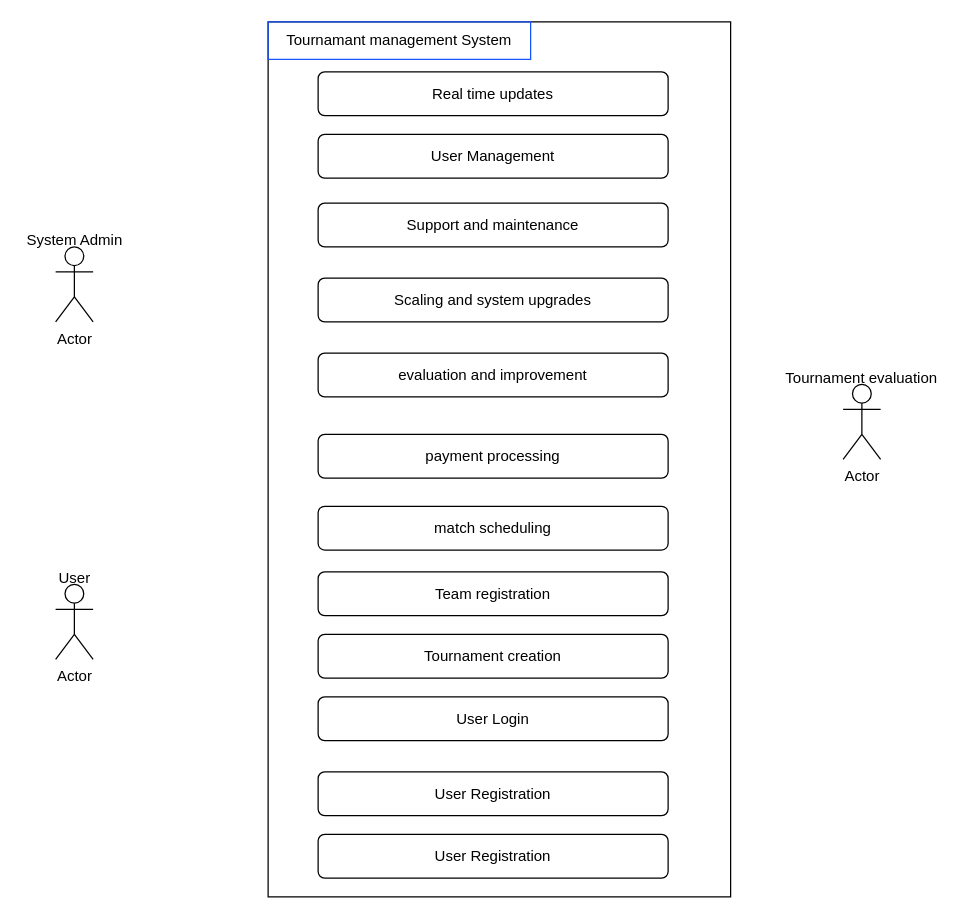
The draw.io diagram Untitled Diagram.drawio in xPushpeshx/Todo_project, before the edit. Source tidied: cells renumbered, new cells numbered last; positions are measured from the earlier drawing's top-left corner, leaving out a move shared by most shapes. Both pictures are drawn from the tidied source at 125%, with x=0, y=0 at pixel (20, 21).
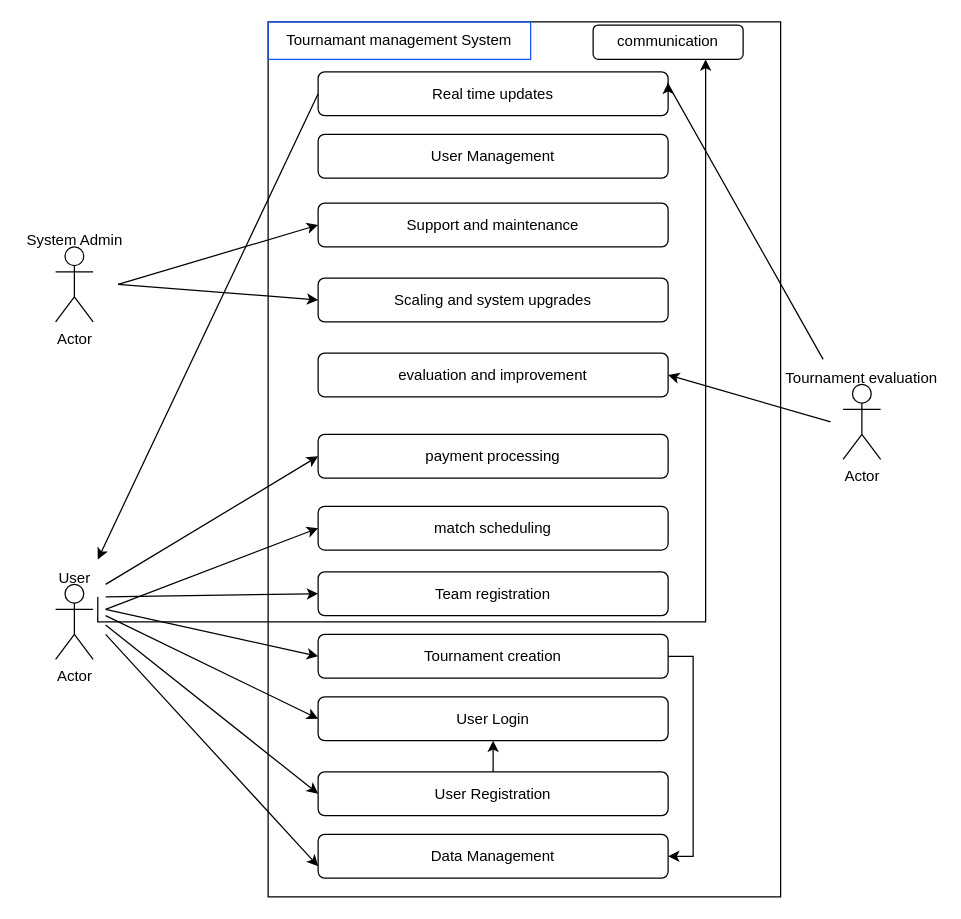
Above is the later version.

Unchanged cells that the change refers to:
```xml
<mxCell id="8" value="User" style="text;html=1;strokeColor=none;fillColor=none;align=center;verticalAlign=middle;whiteSpace=wrap;rounded=0;" parent="1" vertex="1">
  <mxGeometry x="5.5" y="430" width="75" height="30" as="geometry" />
</mxCell>
<mxCell id="9" value="Tournament evaluation" style="text;html=1;strokeColor=none;fillColor=none;align=center;verticalAlign=middle;whiteSpace=wrap;rounded=0;" parent="1" vertex="1">
  <mxGeometry x="611" y="270" width="124" height="30" as="geometry" />
</mxCell>
<mxCell id="10" value="Support and maintenance" style="rounded=1;whiteSpace=wrap;html=1;" parent="1" vertex="1">
  <mxGeometry x="238" y="145" width="280" height="35" as="geometry" />
</mxCell>
<mxCell id="11" value="Scaling and system upgrades" style="rounded=1;whiteSpace=wrap;html=1;" parent="1" vertex="1">
  <mxGeometry x="238" y="205" width="280" height="35" as="geometry" />
</mxCell>
<mxCell id="12" value="evaluation and improvement" style="rounded=1;whiteSpace=wrap;html=1;" parent="1" vertex="1">
  <mxGeometry x="238" y="265" width="280" height="35" as="geometry" />
</mxCell>
<mxCell id="13" value="payment processing" style="rounded=1;whiteSpace=wrap;html=1;" parent="1" vertex="1">
  <mxGeometry x="238" y="330" width="280" height="35" as="geometry" />
</mxCell>
<mxCell id="14" value="match scheduling" style="rounded=1;whiteSpace=wrap;html=1;" parent="1" vertex="1">
  <mxGeometry x="238" y="387.5" width="280" height="35" as="geometry" />
</mxCell>
<mxCell id="15" value="Team registration" style="rounded=1;whiteSpace=wrap;html=1;" parent="1" vertex="1">
  <mxGeometry x="238" y="440" width="280" height="35" as="geometry" />
</mxCell>
<mxCell id="16" value="Tournament creation" style="rounded=1;whiteSpace=wrap;html=1;" parent="1" vertex="1">
  <mxGeometry x="238" y="490" width="280" height="35" as="geometry" />
</mxCell>
<mxCell id="17" value="User Login" style="rounded=1;whiteSpace=wrap;html=1;" parent="1" vertex="1">
  <mxGeometry x="238" y="540" width="280" height="35" as="geometry" />
</mxCell>
<mxCell id="18" value="User Registration" style="rounded=1;whiteSpace=wrap;html=1;" parent="1" vertex="1">
  <mxGeometry x="238" y="600" width="280" height="35" as="geometry" />
</mxCell>
<mxCell id="19" value="Real time updates" style="rounded=1;whiteSpace=wrap;html=1;" parent="1" vertex="1">
  <mxGeometry x="238" y="40" width="280" height="35" as="geometry" />
</mxCell>
```

Change to the diagram source:
```diff
@@
     <mxCell id="2" style="rounded=0;whiteSpace=wrap;html=1;" parent="1" vertex="1">
-      <mxGeometry x="198" width="370" height="700" as="geometry" />
+      <mxGeometry x="198" width="410" height="700" as="geometry" />
     </mxCell>
@@
+    <mxCell id="22" style="edgeStyle=orthogonalEdgeStyle;rounded=0;jettySize=auto;html=1;exitX=0.75;exitY=1;exitDx=0;exitDy=0;entryX=0.75;entryY=1;entryDx=0;entryDy=0;" parent="1" edge="1" source="8" target="38">
+      <mxGeometry relative="1" as="geometry" />
+    </mxCell>
@@
+    <mxCell id="23" style="edgeStyle=orthogonalEdgeStyle;rounded=0;jettySize=auto;html=1;exitX=1;exitY=0.5;exitDx=0;exitDy=0;entryX=1;entryY=0.5;entryDx=0;entryDy=0;" parent="1" edge="1" source="16" target="21">
+      <mxGeometry relative="1" as="geometry" />
+    </mxCell>
@@
+    <mxCell id="24" style="edgeStyle=orthogonalEdgeStyle;rounded=0;jettySize=auto;html=1;exitX=0.5;exitY=0;exitDx=0;exitDy=0;entryX=0.5;entryY=1;entryDx=0;entryDy=0;" parent="1" edge="1" source="18" target="17">
+      <mxGeometry relative="1" as="geometry" />
+    </mxCell>
@@
+    <mxCell id="25" style="edgeStyle=orthogonalEdgeStyle;rounded=0;jettySize=auto;html=1;exitX=0;exitY=0.75;exitDx=0;exitDy=0;" parent="1" edge="1" source="19">
+      <mxGeometry relative="1" as="geometry">
+        <mxPoint x="238" y="66" as="targetPoint" />
+      </mxGeometry>
+    </mxCell>
@@
-    <mxCell id="21" value="User Registration" style="rounded=1;whiteSpace=wrap;html=1;" parent="1" vertex="1">
+    <mxCell id="21" value="Data Management" style="rounded=1;whiteSpace=wrap;html=1;" parent="1" vertex="1">
       <mxGeometry x="238" y="650" width="280" height="35" as="geometry" />
     </mxCell>
+    <mxCell id="26" style="endArrow=classic;html=1;rounded=0;entryX=0;entryY=0.5;entryDx=0;entryDy=0;" parent="1" edge="1" target="11">
+      <mxGeometry relative="1" as="geometry">
+        <mxPoint x="78" y="210" as="sourcePoint" />
+        <Array as="points">
+          <mxPoint x="78" y="210" />
+        </Array>
+      </mxGeometry>
+    </mxCell>
+    <mxCell id="27" style="endArrow=classic;html=1;rounded=0;entryX=0;entryY=0.5;entryDx=0;entryDy=0;" parent="1" edge="1" target="10">
+      <mxGeometry relative="1" as="geometry">
+        <mxPoint x="78" y="210" as="sourcePoint" />
+      </mxGeometry>
+    </mxCell>
+    <mxCell id="28" style="endArrow=classic;html=1;rounded=0;entryX=1;entryY=0.5;entryDx=0;entryDy=0;" parent="1" edge="1" target="12">
+      <mxGeometry relative="1" as="geometry">
+        <mxPoint x="648" y="320" as="sourcePoint" />
+      </mxGeometry>
+    </mxCell>
+    <mxCell id="29" style="endArrow=classic;html=1;rounded=0;entryX=0;entryY=0.5;entryDx=0;entryDy=0;" parent="1" edge="1" target="18">
+      <mxGeometry relative="1" as="geometry">
+        <mxPoint x="68" y="482.5" as="sourcePoint" />
+      </mxGeometry>
+    </mxCell>
+    <mxCell id="30" style="endArrow=classic;html=1;rounded=0;entryX=0;entryY=0.5;entryDx=0;entryDy=0;" parent="1" edge="1" target="17">
+      <mxGeometry relative="1" as="geometry">
+        <mxPoint x="68" y="475" as="sourcePoint" />
+      </mxGeometry>
+    </mxCell>
+    <mxCell id="31" style="endArrow=classic;html=1;rounded=0;entryX=0;entryY=0.5;entryDx=0;entryDy=0;" parent="1" edge="1" target="16">
+      <mxGeometry relative="1" as="geometry">
+        <mxPoint x="68" y="470" as="sourcePoint" />
+      </mxGeometry>
+    </mxCell>
+    <mxCell id="32" style="endArrow=classic;html=1;rounded=0;entryX=1;entryY=0.25;entryDx=0;entryDy=0;exitX=0.25;exitY=0;exitDx=0;exitDy=0;" parent="1" edge="1" source="9" target="19">
+      <mxGeometry relative="1" as="geometry">
+        <Array as="points">
+          <mxPoint x="518" y="50" />
+        </Array>
+      </mxGeometry>
+    </mxCell>
+    <mxCell id="33" style="endArrow=classic;html=1;rounded=0;entryX=0;entryY=0.5;entryDx=0;entryDy=0;" parent="1" edge="1">
+      <mxGeometry relative="1" as="geometry">
+        <mxPoint x="68" y="490" as="sourcePoint" />
+        <mxPoint x="238" y="675.5" as="targetPoint" />
+      </mxGeometry>
+    </mxCell>
+    <mxCell id="34" style="endArrow=classic;html=1;rounded=0;entryX=0;entryY=0.5;entryDx=0;entryDy=0;" parent="1" edge="1" target="14">
+      <mxGeometry relative="1" as="geometry">
+        <mxPoint x="68" y="470" as="sourcePoint" />
+      </mxGeometry>
+    </mxCell>
+    <mxCell id="35" style="endArrow=classic;html=1;rounded=0;entryX=0;entryY=0.5;entryDx=0;entryDy=0;" parent="1" edge="1" target="15">
+      <mxGeometry relative="1" as="geometry">
+        <mxPoint x="68" y="460" as="sourcePoint" />
+      </mxGeometry>
+    </mxCell>
+    <mxCell id="36" style="endArrow=classic;html=1;rounded=0;entryX=0;entryY=0.5;entryDx=0;entryDy=0;" parent="1" edge="1" target="13">
+      <mxGeometry relative="1" as="geometry">
+        <mxPoint x="68" y="450" as="sourcePoint" />
+      </mxGeometry>
+    </mxCell>
+    <mxCell id="37" style="endArrow=classic;html=1;rounded=0;exitX=0;exitY=0.5;exitDx=0;exitDy=0;entryX=0.75;entryY=0;entryDx=0;entryDy=0;" parent="1" edge="1" source="19" target="8">
+      <mxGeometry relative="1" as="geometry" />
+    </mxCell>
+    <mxCell id="38" value="communication" style="rounded=1;whiteSpace=wrap;html=1;" parent="1" vertex="1">
+      <mxGeometry x="458" y="2.5" width="120" height="27.5" as="geometry" />
+    </mxCell>
```
